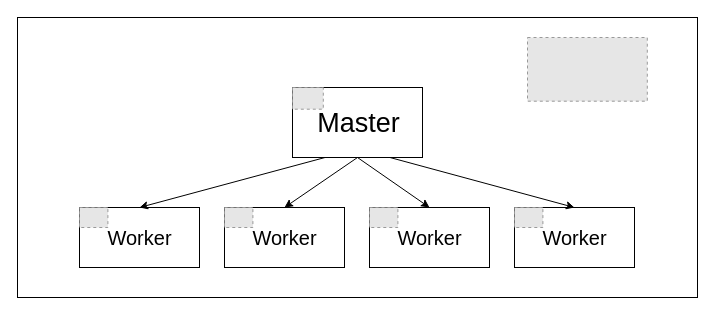
The draw.io diagram presentation/res/spark_cluster.drawio in matteo-conti-97/SABD_Project_1, before the edit. Source tidied: cells renumbered, new cells numbered last; positions are measured from the earlier drawing's top-left corner, leaving out a move shared by most shapes. Both pictures are drawn from the tidied source at 100%, with x=0, y=0 at pixel (17, 17). Pictures stored in the file or linked from it are replaced by grey dashed boxes.
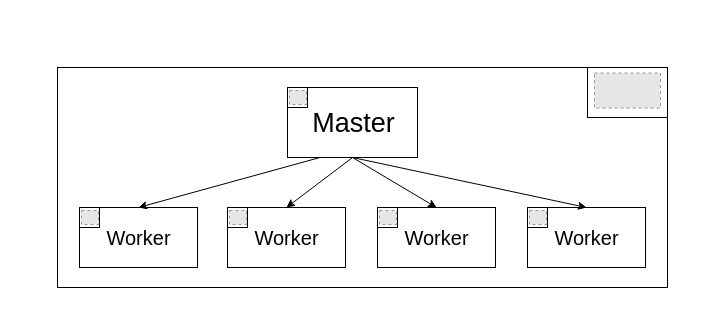
Above is the later version.

Unchanged cells that the change refers to:
```xml
<mxCell id="26" style="rounded=0;whiteSpace=wrap;html=1;fillColor=none;verticalAlign=bottom;" parent="25" vertex="1">
  <mxGeometry width="130" height="70" as="geometry" />
</mxCell>
```

Diff of the diagram source:
```diff
@@
     <mxCell id="2" style="group;" parent="1" vertex="1">
-      <mxGeometry x="62" y="190" width="120" height="60" as="geometry" />
+      <mxGeometry x="62" y="190" width="118" height="60" as="geometry" />
     </mxCell>
     <mxCell id="3" style="rounded=0;whiteSpace=wrap;html=1;fillColor=none;verticalAlign=bottom;" parent="2" vertex="1">
-      <mxGeometry width="120" height="60" as="geometry" />
+      <mxGeometry width="118" height="60" as="geometry" />
     </mxCell>
-    <mxCell id="4" style="fillColor=#E6E6E6;strokeColor=#999999;dashed=1;verticalLabelPosition=bottom;labelBackgroundColor=default;verticalAlign=top;" parent="2" vertex="1">
-      <mxGeometry width="28.4" height="20" as="geometry" />
-    </mxCell>
+    <mxCell id="29" style="rounded=0;whiteSpace=wrap;html=1;fillColor=none;" parent="2" vertex="1">
+      <mxGeometry width="20" height="20" as="geometry" />
+    </mxCell>
+    <mxCell id="30" style="fillColor=#E6E6E6;strokeColor=#999999;dashed=1;verticalLabelPosition=bottom;labelBackgroundColor=default;verticalAlign=top;" parent="2" vertex="1">
+      <mxGeometry x="2" y="3" width="17" height="14" as="geometry" />
+    </mxCell>
     <mxCell id="5" value="Worker" style="text;html=1;align=center;verticalAlign=middle;strokeColor=none;fillColor=none;fontSize=20;" parent="2" vertex="1">
-      <mxGeometry x="15" y="10" width="90" height="40" as="geometry" />
+      <mxGeometry x="14" y="10" width="90" height="40" as="geometry" />
     </mxCell>
-    <mxCell id="6" style="group;" parent="1" vertex="1">
-      <mxGeometry x="207" y="190" width="120" height="60" as="geometry" />
-    </mxCell>
-    <mxCell id="7" style="rounded=0;whiteSpace=wrap;html=1;fillColor=none;verticalAlign=bottom;" parent="6" vertex="1">
-      <mxGeometry width="120" height="60" as="geometry" />
-    </mxCell>
-    <mxCell id="8" style="fillColor=#E6E6E6;strokeColor=#999999;dashed=1;verticalLabelPosition=bottom;labelBackgroundColor=default;verticalAlign=top;" parent="6" vertex="1">
-      <mxGeometry width="28.4" height="20" as="geometry" />
-    </mxCell>
-    <mxCell id="9" value="Worker" style="text;html=1;align=center;verticalAlign=middle;strokeColor=none;fillColor=none;fontSize=20;" parent="6" vertex="1">
-      <mxGeometry x="15" y="10" width="90" height="40" as="geometry" />
-    </mxCell>
-    <mxCell id="10" style="group;" parent="1" vertex="1">
-      <mxGeometry x="352" y="190" width="120" height="60" as="geometry" />
-    </mxCell>
-    <mxCell id="11" style="rounded=0;whiteSpace=wrap;html=1;fillColor=none;verticalAlign=bottom;" parent="10" vertex="1">
-      <mxGeometry width="120" height="60" as="geometry" />
-    </mxCell>
-    <mxCell id="12" style="fillColor=#E6E6E6;strokeColor=#999999;dashed=1;verticalLabelPosition=bottom;labelBackgroundColor=default;verticalAlign=top;" parent="10" vertex="1">
-      <mxGeometry width="28.4" height="20" as="geometry" />
-    </mxCell>
-    <mxCell id="13" value="Worker" style="text;html=1;align=center;verticalAlign=middle;strokeColor=none;fillColor=none;fontSize=20;" parent="10" vertex="1">
-      <mxGeometry x="15" y="10" width="90" height="40" as="geometry" />
-    </mxCell>
-    <mxCell id="14" style="group;" parent="1" vertex="1">
-      <mxGeometry x="497" y="190" width="120" height="60" as="geometry" />
-    </mxCell>
-    <mxCell id="15" style="rounded=0;whiteSpace=wrap;html=1;fillColor=none;verticalAlign=bottom;" parent="14" vertex="1">
-      <mxGeometry width="120" height="60" as="geometry" />
-    </mxCell>
-    <mxCell id="16" style="fillColor=#E6E6E6;strokeColor=#999999;dashed=1;verticalLabelPosition=bottom;labelBackgroundColor=default;verticalAlign=top;" parent="14" vertex="1">
-      <mxGeometry width="28.4" height="20" as="geometry" />
-    </mxCell>
-    <mxCell id="17" value="Worker" style="text;html=1;align=center;verticalAlign=middle;strokeColor=none;fillColor=none;fontSize=20;" parent="14" vertex="1">
-      <mxGeometry x="15" y="10" width="90" height="40" as="geometry" />
-    </mxCell>
+    <mxCell id="22" style="rounded=0;whiteSpace=wrap;html=1;fillColor=none;" parent="1" vertex="1">
+      <mxGeometry x="40" y="50" width="610" height="220" as="geometry" />
+    </mxCell>
@@
-    <mxCell id="19" style="rounded=0;jettySize=auto;html=1;exitX=0.5;exitY=1;exitDx=0;exitDy=0;entryX=0.5;entryY=0;entryDx=0;entryDy=0;" parent="1" edge="1" source="26" target="7">
-      <mxGeometry relative="1" as="geometry" />
-    </mxCell>
-    <mxCell id="20" style="rounded=0;jettySize=auto;html=1;exitX=0.5;exitY=1;exitDx=0;exitDy=0;entryX=0.5;entryY=0;entryDx=0;entryDy=0;" parent="1" edge="1" source="26" target="11">
-      <mxGeometry relative="1" as="geometry" />
-    </mxCell>
-    <mxCell id="21" style="rounded=0;jettySize=auto;html=1;exitX=0.75;exitY=1;exitDx=0;exitDy=0;entryX=0.5;entryY=0;entryDx=0;entryDy=0;" parent="1" edge="1" source="26" target="15">
-      <mxGeometry relative="1" as="geometry" />
-    </mxCell>
-    <mxCell id="22" style="rounded=0;whiteSpace=wrap;html=1;fillColor=none;" parent="1" vertex="1">
-      <mxGeometry width="680" height="280" as="geometry" />
-    </mxCell>
@@
+    <mxCell id="31" style="rounded=0;whiteSpace=wrap;html=1;fillColor=none;" parent="23" vertex="1">
+      <mxGeometry x="570" y="50" width="80" height="50" as="geometry" />
+    </mxCell>
     <mxCell id="24" style="fillColor=#E6E6E6;strokeColor=#999999;dashed=1;verticalLabelPosition=bottom;labelBackgroundColor=default;verticalAlign=top;" parent="23" vertex="1">
-      <mxGeometry x="510" y="20" width="119.8" height="63.7" as="geometry" />
+      <mxGeometry x="577" y="55.5" width="66" height="35.1" as="geometry" />
     </mxCell>
     <mxCell id="25" style="group;" parent="23" vertex="1">
-      <mxGeometry x="275" y="70" width="130" height="70" as="geometry" />
+      <mxGeometry x="270" y="70" width="130" height="70" as="geometry" />
     </mxCell>
@@
     <mxCell id="27" style="fillColor=#E6E6E6;strokeColor=#999999;dashed=1;verticalLabelPosition=bottom;labelBackgroundColor=default;verticalAlign=top;" parent="25" vertex="1">
-      <mxGeometry width="30.8" height="21.7" as="geometry" />
+      <mxGeometry x="2" y="3" width="17" height="14" as="geometry" />
     </mxCell>
@@
+    <mxCell id="32" style="rounded=0;whiteSpace=wrap;html=1;fillColor=none;" parent="25" vertex="1">
+      <mxGeometry width="20" height="20" as="geometry" />
+    </mxCell>
+    <mxCell id="33" style="group;" parent="23" vertex="1">
+      <mxGeometry x="210" y="190" width="118" height="60" as="geometry" />
+    </mxCell>
+    <mxCell id="34" style="rounded=0;whiteSpace=wrap;html=1;fillColor=none;verticalAlign=bottom;" parent="33" vertex="1">
+      <mxGeometry width="118" height="60" as="geometry" />
+    </mxCell>
+    <mxCell id="35" style="rounded=0;whiteSpace=wrap;html=1;fillColor=none;" parent="33" vertex="1">
+      <mxGeometry width="20" height="20" as="geometry" />
+    </mxCell>
+    <mxCell id="36" style="fillColor=#E6E6E6;strokeColor=#999999;dashed=1;verticalLabelPosition=bottom;labelBackgroundColor=default;verticalAlign=top;" parent="33" vertex="1">
+      <mxGeometry x="2" y="3" width="17" height="14" as="geometry" />
+    </mxCell>
+    <mxCell id="37" value="Worker" style="text;html=1;align=center;verticalAlign=middle;strokeColor=none;fillColor=none;fontSize=20;" parent="33" vertex="1">
+      <mxGeometry x="14" y="10" width="90" height="40" as="geometry" />
+    </mxCell>
+    <mxCell id="38" style="rounded=0;jettySize=auto;html=1;exitX=0.5;exitY=1;exitDx=0;exitDy=0;entryX=0.5;entryY=0;entryDx=0;entryDy=0;" parent="23" edge="1" source="26" target="34">
+      <mxGeometry relative="1" as="geometry" />
+    </mxCell>
+    <mxCell id="39" style="group;" parent="23" vertex="1">
+      <mxGeometry x="360" y="190" width="118" height="60" as="geometry" />
+    </mxCell>
+    <mxCell id="40" style="rounded=0;whiteSpace=wrap;html=1;fillColor=none;verticalAlign=bottom;" parent="39" vertex="1">
+      <mxGeometry width="118" height="60" as="geometry" />
+    </mxCell>
+    <mxCell id="41" style="rounded=0;whiteSpace=wrap;html=1;fillColor=none;" parent="39" vertex="1">
+      <mxGeometry width="20" height="20" as="geometry" />
+    </mxCell>
+    <mxCell id="42" style="fillColor=#E6E6E6;strokeColor=#999999;dashed=1;verticalLabelPosition=bottom;labelBackgroundColor=default;verticalAlign=top;" parent="39" vertex="1">
+      <mxGeometry x="2" y="3" width="17" height="14" as="geometry" />
+    </mxCell>
+    <mxCell id="43" value="Worker" style="text;html=1;align=center;verticalAlign=middle;strokeColor=none;fillColor=none;fontSize=20;" parent="39" vertex="1">
+      <mxGeometry x="14" y="10" width="90" height="40" as="geometry" />
+    </mxCell>
+    <mxCell id="44" style="group;" parent="23" vertex="1">
+      <mxGeometry x="510" y="190" width="118" height="60" as="geometry" />
+    </mxCell>
+    <mxCell id="45" style="rounded=0;whiteSpace=wrap;html=1;fillColor=none;verticalAlign=bottom;" parent="44" vertex="1">
+      <mxGeometry width="118" height="60" as="geometry" />
+    </mxCell>
+    <mxCell id="46" style="rounded=0;whiteSpace=wrap;html=1;fillColor=none;" parent="44" vertex="1">
+      <mxGeometry width="20" height="20" as="geometry" />
+    </mxCell>
+    <mxCell id="47" style="fillColor=#E6E6E6;strokeColor=#999999;dashed=1;verticalLabelPosition=bottom;labelBackgroundColor=default;verticalAlign=top;" parent="44" vertex="1">
+      <mxGeometry x="2" y="3" width="17" height="14" as="geometry" />
+    </mxCell>
+    <mxCell id="48" value="Worker" style="text;html=1;align=center;verticalAlign=middle;strokeColor=none;fillColor=none;fontSize=20;" parent="44" vertex="1">
+      <mxGeometry x="14" y="10" width="90" height="40" as="geometry" />
+    </mxCell>
+    <mxCell id="49" style="rounded=0;jettySize=auto;html=1;exitX=0.5;exitY=1;exitDx=0;exitDy=0;entryX=0.5;entryY=0;entryDx=0;entryDy=0;" parent="23" edge="1" source="26" target="40">
+      <mxGeometry relative="1" as="geometry" />
+    </mxCell>
+    <mxCell id="50" style="rounded=0;jettySize=auto;html=1;exitX=0.5;exitY=1;exitDx=0;exitDy=0;entryX=0.5;entryY=0;entryDx=0;entryDy=0;" parent="23" edge="1" source="26" target="45">
+      <mxGeometry relative="1" as="geometry" />
+    </mxCell>
```
